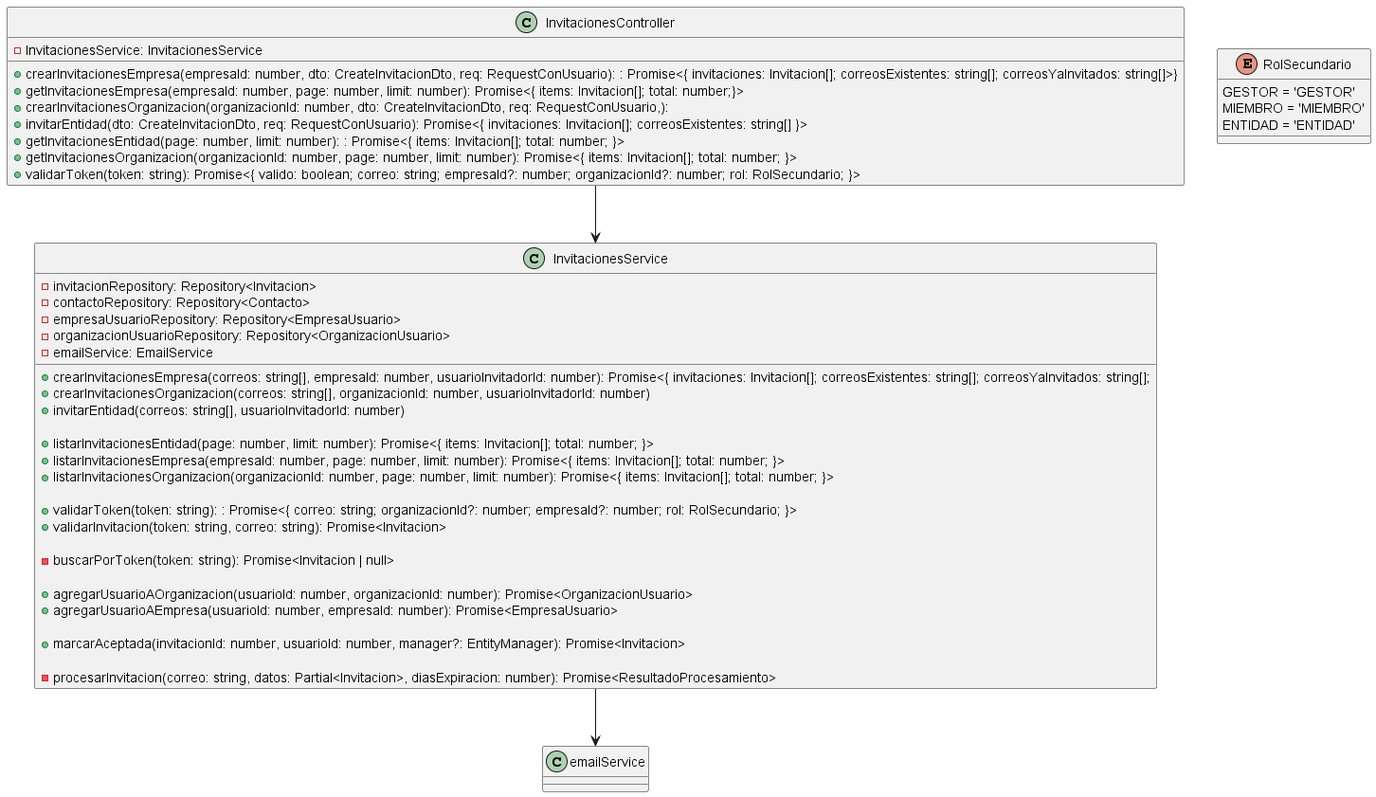
Before: Documentación/Diagrama de Clases/Services&Controllers/invitaciones.png, a diagram exported from PlantUML (LucasFrey-tech/SolidApp).
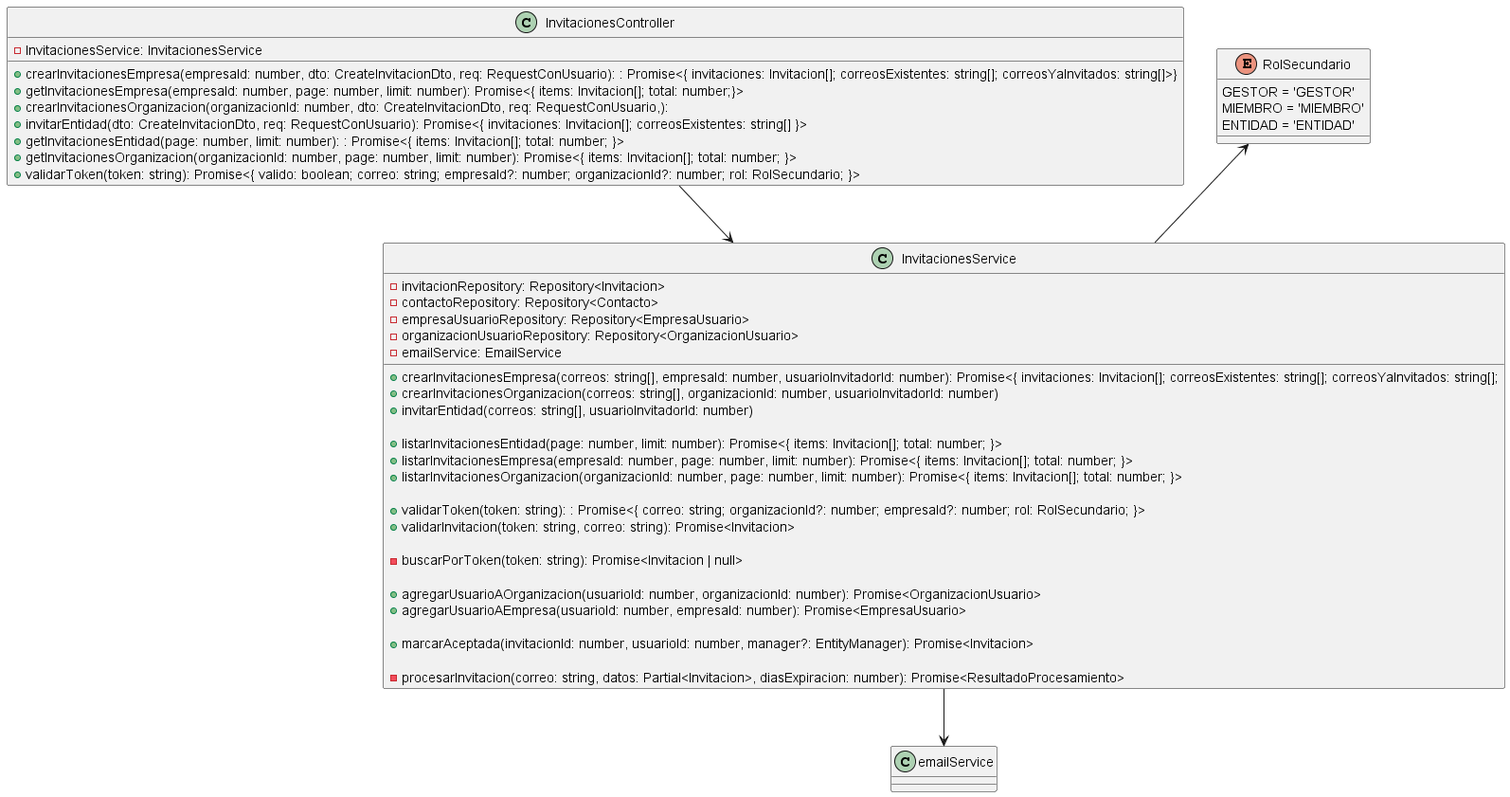
The same diagram one commit later.

Commit message:
Chore: Actualización diagrama invitaciones

Diff of the diagram source:
```diff
@@ -49,6 +49,7 @@
 
 InvitacionesController --> InvitacionesService
 
+RolSecundario <-- InvitacionesService
 
 InvitacionesService --> emailService
 
```
